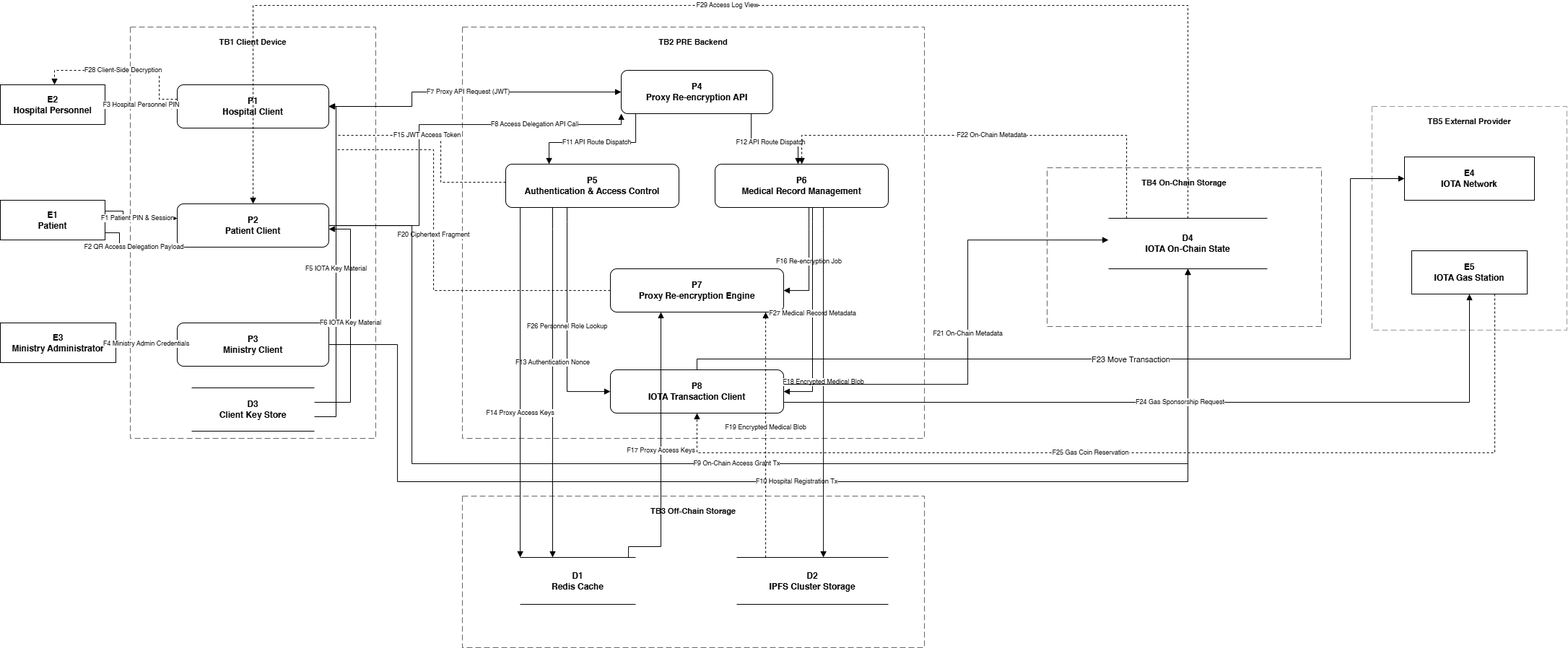
TazakiN/upgraded-fortnight keeps this draw.io diagram as src/resources/chapter-3/analisis/DFD-DecMed-Level-1.png. Above is the earlier version. Source tidied: cells renumbered, new cells last; positions are measured from the earlier drawing's top-left corner, leaving out a move shared by most shapes.
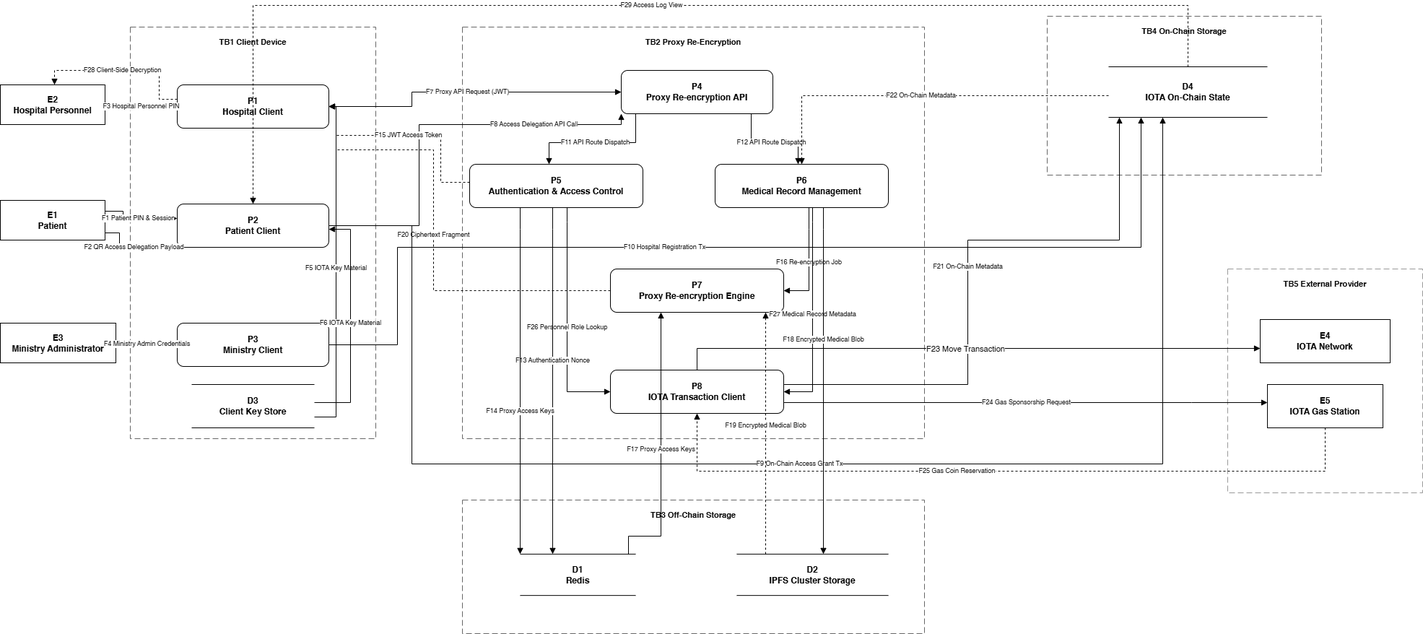
Above is the later version.

Change to the diagram source:
```diff
@@ -3,13 +3,13 @@
     <mxCell id="0" />
     <mxCell id="1" parent="0" />
     <mxCell id="2" value="&lt;b style=&quot;font-style: normal;&quot;&gt;&lt;font style=&quot;font-size: 11px;&quot;&gt;TB5 External Provider&lt;/font&gt;&lt;/b&gt;" style="rounded=0;whiteSpace=wrap;html=1;dashed=1;dashPattern=8 4;fillColor=none;strokeColor=#999999;verticalAlign=top;fontStyle=2;fontSize=10;spacingTop=8;" parent="1" vertex="1">
-      <mxGeometry x="1900" y="140" width="270" height="310" as="geometry" />
+      <mxGeometry x="1700" y="365" width="270" height="310" as="geometry" />
     </mxCell>
     <mxCell id="3" value="E4&lt;br&gt;IOTA Network" style="rounded=0;whiteSpace=wrap;html=1;strokeColor=#000000;fillColor=#ffffff;fontStyle=1;" parent="2" vertex="1">
       <mxGeometry x="45" y="70" width="180" height="60" as="geometry" />
     </mxCell>
     <mxCell id="4" value="E5&lt;br&gt;IOTA Gas Station" style="rounded=0;whiteSpace=wrap;html=1;strokeColor=#000000;fillColor=#ffffff;fontStyle=1;" parent="2" vertex="1">
-      <mxGeometry x="55" y="200" width="160" height="60" as="geometry" />
+      <mxGeometry x="55" y="160" width="160" height="60" as="geometry" />
     </mxCell>
     <mxCell id="5" value="TB1 Client Device" style="rounded=0;whiteSpace=wrap;html=1;dashed=1;dashPattern=8 4;fillColor=none;strokeColor=#666666;verticalAlign=top;fontStyle=1;fontSize=11;spacingTop=8;" parent="1" vertex="1">
       <mxGeometry x="180" y="30" width="340" height="570" as="geometry" />
@@ -24,16 +24,16 @@
       <mxGeometry x="65" y="410" width="210" height="60" as="geometry" />
     </mxCell>
     <mxCell id="9" value="D3&lt;br&gt;Client Key Store" style="shape=partialRectangle;whiteSpace=wrap;html=1;top=1;right=0;bottom=1;left=0;strokeColor=#000000;fillColor=none;fontStyle=1;align=center;verticalAlign=middle;spacingTop=0;spacingBottom=0;" parent="5" vertex="1">
-      <mxGeometry x="85" y="500" width="170" height="60" as="geometry" />
+      <mxGeometry x="85" y="495" width="170" height="60" as="geometry" />
     </mxCell>
-    <mxCell id="10" value="TB2 PRE Backend" style="rounded=0;whiteSpace=wrap;html=1;dashed=1;dashPattern=8 4;fillColor=none;strokeColor=#666666;verticalAlign=top;fontStyle=1;fontSize=11;spacingTop=8;" parent="1" vertex="1">
+    <mxCell id="10" value="TB2 Proxy Re-Encryption" style="rounded=0;whiteSpace=wrap;html=1;dashed=1;dashPattern=8 4;fillColor=none;strokeColor=#666666;verticalAlign=top;fontStyle=1;fontSize=11;spacingTop=8;" parent="1" vertex="1">
       <mxGeometry x="640" y="30" width="640" height="570" as="geometry" />
     </mxCell>
     <mxCell id="11" value="P4&lt;br&gt;Proxy Re-encryption API" style="rounded=1;whiteSpace=wrap;html=1;strokeColor=#000000;fillColor=#FFFFFF;fontStyle=1;" parent="10" vertex="1">
       <mxGeometry x="220" y="60" width="210" height="60" as="geometry" />
     </mxCell>
     <mxCell id="12" value="P5&lt;br&gt;Authentication &amp;amp; Access Control" style="rounded=1;whiteSpace=wrap;html=1;strokeColor=#000000;fillColor=#FFFFFF;fontStyle=1;" parent="10" vertex="1">
-      <mxGeometry x="60" y="190" width="240" height="60" as="geometry" />
+      <mxGeometry x="10" y="190" width="240" height="60" as="geometry" />
     </mxCell>
     <mxCell id="13" value="P6&lt;br&gt;Medical Record Management" style="rounded=1;whiteSpace=wrap;html=1;strokeColor=#000000;fillColor=#FFFFFF;fontStyle=1;" parent="10" vertex="1">
       <mxGeometry x="350" y="190" width="240" height="60" as="geometry" />
@@ -45,19 +45,19 @@
       <mxGeometry x="205" y="475" width="240" height="60" as="geometry" />
     </mxCell>
     <mxCell id="16" value="TB4 On-Chain Storage" style="rounded=0;whiteSpace=wrap;html=1;dashed=1;dashPattern=8 4;fillColor=none;strokeColor=#666666;verticalAlign=top;fontStyle=1;fontSize=11;spacingTop=8;" parent="1" vertex="1">
-      <mxGeometry x="1450" y="225" width="380" height="220" as="geometry" />
+      <mxGeometry x="1450" y="15" width="380" height="220" as="geometry" />
     </mxCell>
     <mxCell id="17" value="D4&lt;br&gt;IOTA On-Chain State" style="shape=partialRectangle;whiteSpace=wrap;html=1;top=1;right=0;bottom=1;left=0;strokeColor=#000000;fillColor=none;fontStyle=1;align=center;verticalAlign=middle;spacingTop=0;spacingBottom=0;" parent="16" vertex="1">
       <mxGeometry x="85" y="70" width="220" height="70" as="geometry" />
     </mxCell>
     <mxCell id="18" value="TB3 Off-Chain Storage" style="rounded=0;whiteSpace=wrap;html=1;dashed=1;dashPattern=8 4;fillColor=none;strokeColor=#666666;verticalAlign=top;fontStyle=1;fontSize=11;spacingTop=8;" parent="1" vertex="1">
-      <mxGeometry x="640" y="680" width="640" height="210" as="geometry" />
+      <mxGeometry x="640" y="685" width="640" height="185" as="geometry" />
     </mxCell>
-    <mxCell id="19" value="D1&lt;br&gt;Redis Cache" style="shape=partialRectangle;whiteSpace=wrap;html=1;top=1;right=0;bottom=1;left=0;strokeColor=#000000;fillColor=none;fontStyle=1;align=center;verticalAlign=middle;spacingTop=0;spacingBottom=0;" parent="18" vertex="1">
-      <mxGeometry x="80" y="85" width="160" height="65" as="geometry" />
+    <mxCell id="19" value="D1&lt;br&gt;Redis" style="shape=partialRectangle;whiteSpace=wrap;html=1;top=1;right=0;bottom=1;left=0;strokeColor=#000000;fillColor=none;fontStyle=1;align=center;verticalAlign=middle;spacingTop=0;spacingBottom=0;" parent="18" vertex="1">
+      <mxGeometry x="80" y="74.9" width="160" height="57.3" as="geometry" />
     </mxCell>
     <mxCell id="20" value="D2&lt;br&gt;IPFS Cluster Storage" style="shape=partialRectangle;whiteSpace=wrap;html=1;top=1;right=0;bottom=1;left=0;strokeColor=#000000;fillColor=none;fontStyle=1;align=center;verticalAlign=middle;spacingTop=0;spacingBottom=0;" parent="18" vertex="1">
-      <mxGeometry x="380" y="85" width="210" height="65" as="geometry" />
+      <mxGeometry x="380" y="74.9" width="210" height="57.3" as="geometry" />
     </mxCell>
     <mxCell id="21" value="E2&lt;br&gt;Hospital Personnel" style="rounded=0;whiteSpace=wrap;html=1;strokeColor=#000000;fillColor=#ffffff;fontStyle=1;" parent="1" vertex="1">
       <mxGeometry y="110" width="145" height="55" as="geometry" />
@@ -158,16 +158,16 @@
         <Array as="points">
           <mxPoint x="570" y="305" />
           <mxPoint x="570" y="635" />
-          <mxPoint x="1645" y="635" />
+          <mxPoint x="1610" y="635" />
         </Array>
       </mxGeometry>
     </mxCell>
     <mxCell id="36" value="F10 Hospital Registration Tx" style="endArrow=block;html=1;rounded=0;edgeStyle=orthogonalEdgeStyle;strokeColor=#000000;fontSize=9;labelBackgroundColor=#ffffff;" parent="1" edge="1" source="8" target="17">
-      <mxGeometry relative="1" as="geometry">
+      <mxGeometry x="-0.17" relative="1" as="geometry">
         <Array as="points">
           <mxPoint x="550" y="470" />
-          <mxPoint x="550" y="660" />
-          <mxPoint x="1645" y="660" />
+          <mxPoint x="550" y="335" />
+          <mxPoint x="1580" y="335" />
         </Array>
       </mxGeometry>
     </mxCell>
@@ -238,17 +238,18 @@
     <mxCell id="45" value="F17 Proxy Access Keys" style="endArrow=block;html=1;rounded=0;edgeStyle=orthogonalEdgeStyle;strokeColor=#000000;fontSize=9;labelBackgroundColor=#ffffff;" parent="1" edge="1" source="19" target="14">
       <mxGeometry relative="1" as="geometry">
         <Array as="points">
-          <mxPoint x="870" y="750" />
-          <mxPoint x="915" y="430" />
+          <mxPoint x="870" y="735" />
+          <mxPoint x="915" y="735" />
         </Array>
       </mxGeometry>
     </mxCell>
     <mxCell id="46" value="F18 Encrypted Medical Blob" style="endArrow=block;html=1;rounded=0;edgeStyle=orthogonalEdgeStyle;strokeColor=#000000;fontSize=9;labelBackgroundColor=#ffffff;" parent="1" edge="1" source="13" target="20">
-      <mxGeometry relative="1" as="geometry">
+      <mxGeometry x="-0.24" relative="1" as="geometry">
         <Array as="points">
           <mxPoint x="1140" y="310" />
           <mxPoint x="1140" y="740" />
         </Array>
+        <mxPoint y="-1" as="offset" />
       </mxGeometry>
     </mxCell>
     <mxCell id="47" value="F19 Encrypted Medical Blob" style="endArrow=block;html=1;rounded=0;edgeStyle=orthogonalEdgeStyle;strokeColor=#000000;fontSize=9;labelBackgroundColor=#ffffff;dashed=1;" parent="1" edge="1" source="20" target="14">
@@ -264,23 +265,21 @@
         <Array as="points">
           <mxPoint x="1340" y="525" />
           <mxPoint x="1340" y="325" />
+          <mxPoint x="1550" y="325" />
         </Array>
       </mxGeometry>
     </mxCell>
     <mxCell id="49" value="F22 On-Chain Metadata" style="endArrow=block;html=1;rounded=0;edgeStyle=orthogonalEdgeStyle;strokeColor=#000000;fontSize=9;labelBackgroundColor=#ffffff;dashed=1;" parent="1" edge="1" source="17" target="13">
       <mxGeometry relative="1" as="geometry">
         <Array as="points">
-          <mxPoint x="1560" y="180" />
-          <mxPoint x="1110" y="180" />
+          <mxPoint x="1110" y="125" />
         </Array>
       </mxGeometry>
     </mxCell>
     <mxCell id="50" value=" " style="endArrow=block;html=1;rounded=0;edgeStyle=orthogonalEdgeStyle;strokeColor=#000000;fontSize=9;labelBackgroundColor=#ffffff;" parent="1" edge="1" source="15" target="3">
       <mxGeometry relative="1" as="geometry">
         <Array as="points">
-          <mxPoint x="965" y="490" />
-          <mxPoint x="1870" y="490" />
-          <mxPoint x="1870" y="240" />
+          <mxPoint x="965" y="475" />
         </Array>
       </mxGeometry>
     </mxCell>
@@ -289,18 +288,18 @@
         <mxPoint x="1" as="offset" />
       </mxGeometry>
     </mxCell>
-    <mxCell id="52" value="F24 Gas Sponsorship Request" style="endArrow=block;html=1;rounded=0;edgeStyle=orthogonalEdgeStyle;strokeColor=#000000;fontSize=9;labelBackgroundColor=#ffffff;" parent="1" edge="1" source="15" target="4">
+    <mxCell id="52" value="F24 Gas Sponsorship&lt;span style=&quot;background-color: light-dark(rgb(255, 255, 255), rgb(18, 18, 18)); color: light-dark(rgb(0, 0, 0), rgb(255, 255, 255));&quot;&gt;&amp;nbsp;Request&lt;/span&gt;" style="endArrow=block;html=1;rounded=0;edgeStyle=orthogonalEdgeStyle;strokeColor=#000000;fontSize=9;labelBackgroundColor=#ffffff;" parent="1" edge="1" source="15" target="4">
       <mxGeometry relative="1" as="geometry">
         <Array as="points">
-          <mxPoint x="2035" y="550" />
+          <mxPoint x="1650" y="550" />
+          <mxPoint x="1650" y="550" />
         </Array>
       </mxGeometry>
     </mxCell>
     <mxCell id="53" value="F25 Gas Coin Reservation" style="endArrow=block;html=1;rounded=0;edgeStyle=orthogonalEdgeStyle;strokeColor=#000000;fontSize=9;labelBackgroundColor=#ffffff;dashed=1;" parent="1" edge="1" source="4" target="15">
       <mxGeometry x="0.13" relative="1" as="geometry">
         <Array as="points">
-          <mxPoint x="2070" y="620" />
-          <mxPoint x="965" y="620" />
+          <mxPoint x="965" y="645" />
         </Array>
       </mxGeometry>
     </mxCell>
```
